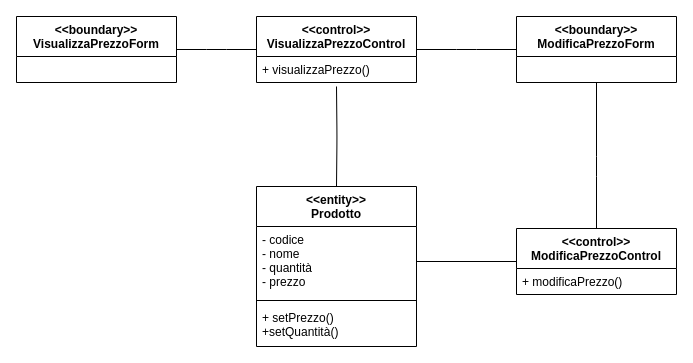
Before: Object&SequenceDiagram/OD_5.drawio in Ciro-Fusco/NewDM, a draw.io diagram. Source tidied: cells renumbered, new cells numbered last; positions are measured from the earlier drawing's top-left corner, leaving out a move shared by most shapes. Both pictures are drawn from the tidied source at 100%, with x=0, y=0 at pixel (16, 16).
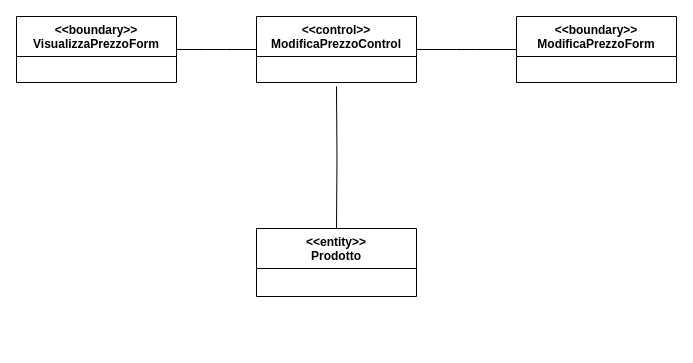
The same diagram, later.

Unchanged cells that the change refers to:
```xml
<mxCell id="5" value="&lt;&lt;boundary&gt;&gt;&#10;ModificaPrezzoForm" style="swimlane;fontStyle=1;align=center;verticalAlign=top;horizontal=1;startSize=40;" parent="1" vertex="1">
  <mxGeometry x="500" width="160" height="66" as="geometry" />
</mxCell>
```

The edit, as a diff of the source:
```diff
@@
-    <mxCell id="3" value="&lt;&lt;control&gt;&gt;&#10;VisualizzaPrezzoControl" style="swimlane;fontStyle=1;align=center;verticalAlign=top;horizontal=1;startSize=40;" parent="1" vertex="1">
+    <mxCell id="3" value="&lt;&lt;control&gt;&gt;&#10;ModificaPrezzoControl" style="swimlane;fontStyle=1;align=center;verticalAlign=top;horizontal=1;startSize=40;" parent="1" vertex="1">
       <mxGeometry x="240" width="160" height="66" as="geometry" />
     </mxCell>
-    <mxCell id="4" value="+ visualizzaPrezzo()" style="text;strokeColor=none;fillColor=none;align=left;verticalAlign=top;spacingLeft=4;spacingRight=4;overflow=hidden;" parent="3" vertex="1">
-      <mxGeometry y="40" width="160" height="26" as="geometry" />
-    </mxCell>
@@
-    <mxCell id="8" style="endArrow=none;html=1;edgeStyle=orthogonalEdgeStyle;entryX=0;entryY=0.5;entryDx=0;entryDy=0;" parent="1" edge="1" source="12" target="15">
-      <mxGeometry relative="1" as="geometry" />
-    </mxCell>
-    <mxCell id="9" style="endArrow=none;html=1;edgeStyle=orthogonalEdgeStyle;entryX=0.5;entryY=0;entryDx=0;entryDy=0;exitX=0.5;exitY=1;exitDx=0;exitDy=0;" parent="1" edge="1" source="5" target="15">
-      <mxGeometry relative="1" as="geometry">
-        <Array as="points">
-          <mxPoint x="580" y="150" />
-          <mxPoint x="580" y="150" />
-        </Array>
-      </mxGeometry>
-    </mxCell>
@@
     <mxCell id="11" value="&lt;&lt;entity&gt;&gt;&#10;Prodotto" style="swimlane;fontStyle=1;align=center;verticalAlign=top;horizontal=1;startSize=40;" parent="1" vertex="1">
-      <mxGeometry x="240" y="170" width="160" height="160" as="geometry" />
+      <mxGeometry x="240" y="212" width="160" height="68" as="geometry" />
     </mxCell>
-    <mxCell id="12" value="- codice&#10;- nome&#10;- quantità&#10;- prezzo" style="text;strokeColor=none;fillColor=none;align=left;verticalAlign=top;spacingLeft=4;spacingRight=4;overflow=hidden;points=[[0,0.5],[1,0.5]];portConstraint=eastwest;" parent="11" vertex="1">
-      <mxGeometry y="40" width="160" height="70" as="geometry" />
-    </mxCell>
-    <mxCell id="13" style="line;strokeWidth=1;fillColor=none;align=left;verticalAlign=middle;spacingTop=-1;spacingLeft=3;spacingRight=3;labelPosition=right;" parent="11" vertex="1">
-      <mxGeometry y="110" width="160" height="8" as="geometry" />
-    </mxCell>
-    <mxCell id="14" value="+ setPrezzo()&#10;+setQuantità()" style="text;strokeColor=none;fillColor=none;align=left;verticalAlign=top;spacingLeft=4;spacingRight=4;overflow=hidden;" parent="11" vertex="1">
-      <mxGeometry y="118" width="160" height="42" as="geometry" />
-    </mxCell>
-    <mxCell id="15" value="&lt;&lt;control&gt;&gt;&#10;ModificaPrezzoControl" style="swimlane;fontStyle=1;align=center;verticalAlign=top;horizontal=1;startSize=40;" parent="1" vertex="1">
-      <mxGeometry x="500" y="212" width="160" height="66" as="geometry" />
-    </mxCell>
-    <mxCell id="16" value="+ modificaPrezzo()" style="text;strokeColor=none;fillColor=none;align=left;verticalAlign=top;spacingLeft=4;spacingRight=4;overflow=hidden;" parent="15" vertex="1">
-      <mxGeometry y="40" width="160" height="26" as="geometry" />
-    </mxCell>
```
